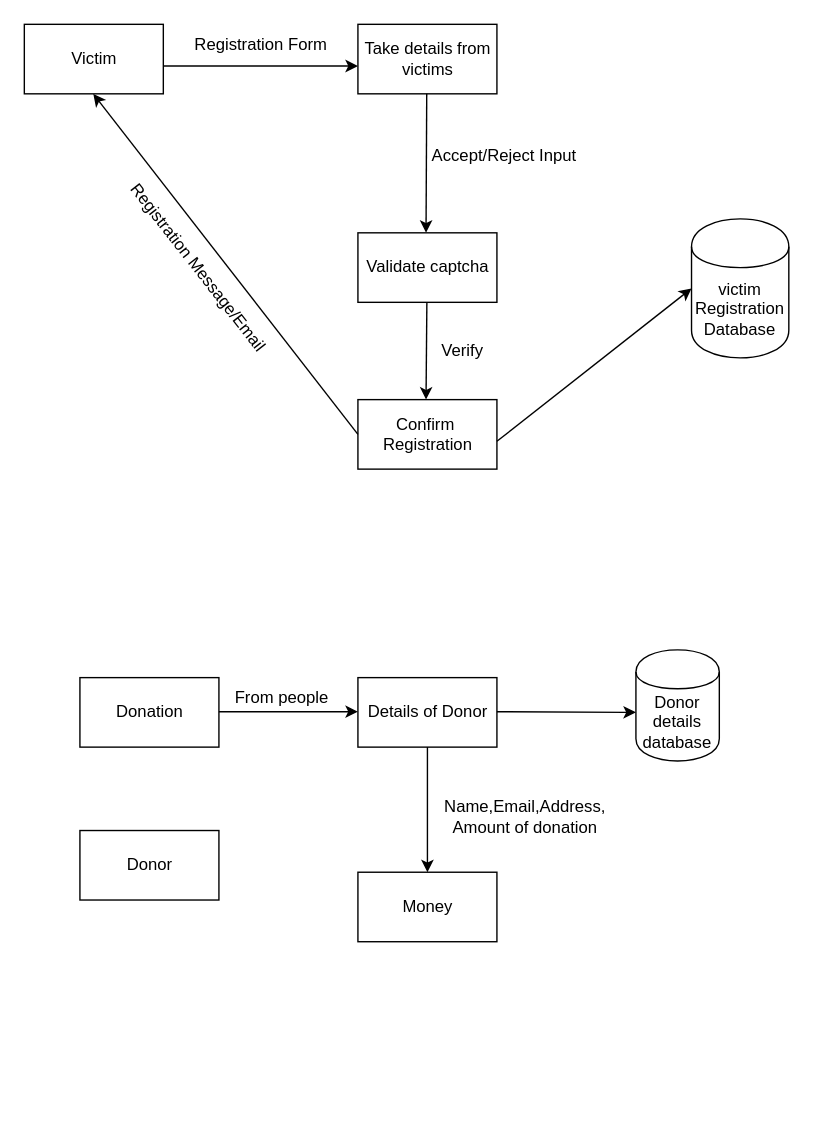
Earlier version of the draw.io diagram Untitled Diagram.drawio (ShubhamJejurkar98/Repository1). Source tidied: cells renumbered, new cells numbered last; positions are measured from the earlier drawing's top-left corner, leaving out a move shared by most shapes. Both pictures are drawn from the tidied source at 139%, with x=0, y=0 at pixel (24, 24).
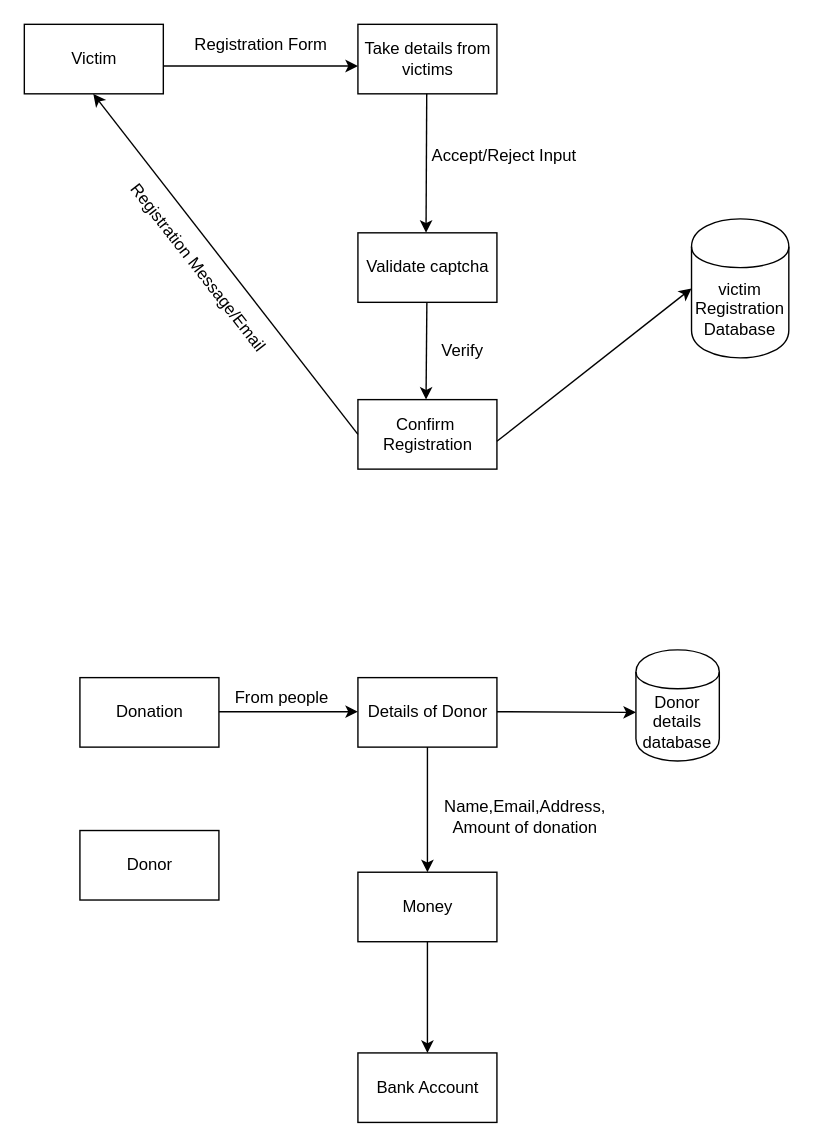
After the change.

The edit, as a diff of the source:
```diff
@@
+    <mxCell id="26" style="endArrow=classic;html=1;rounded=0;" parent="1" edge="1" target="27">
+      <mxGeometry relative="1" as="geometry">
+        <mxPoint x="290" y="660" as="sourcePoint" />
+      </mxGeometry>
+    </mxCell>
+    <mxCell id="27" value="Bank Account" style="html=1;dashed=0;whitespace=wrap;" parent="1" vertex="1">
+      <mxGeometry x="240" y="740" width="100" height="50" as="geometry" />
+    </mxCell>
```
